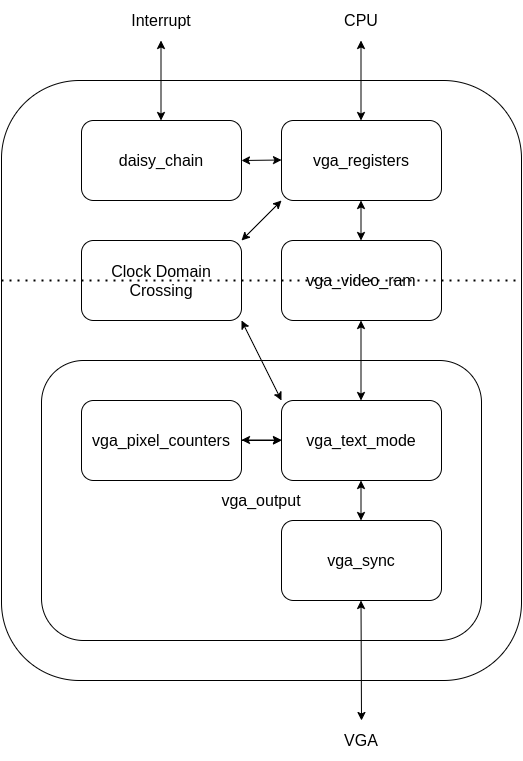
The draw.io diagram doc/VGA_Design.png in sy2002/QNICE-FPGA, before a commit. Source tidied: cells renumbered, new cells last; positions are measured from the earlier drawing's top-left corner, leaving out a move shared by most shapes.
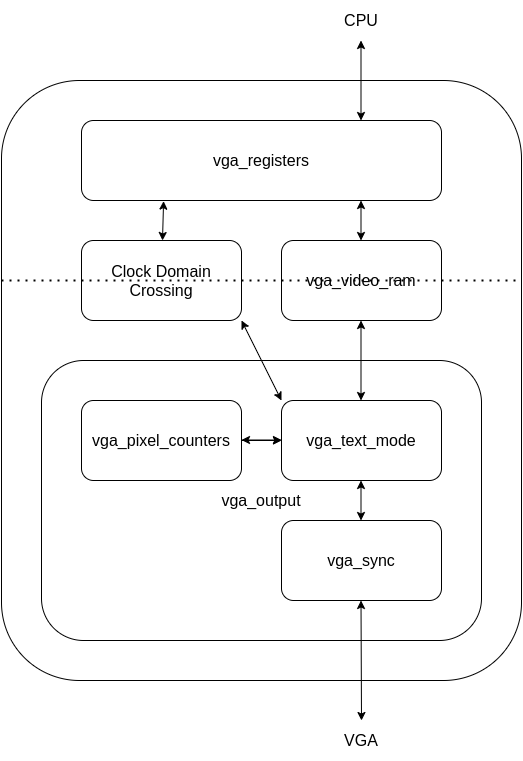
The same diagram one commit later.

Commit message:
Move daisy_chan into vga_register_map

Change to the diagram source:
```diff
@@ -27,11 +27,8 @@
       <mxGeometry x="280" y="240" width="160" height="80" as="geometry" />
     </mxCell>
     <mxCell id="10" value="&lt;font style=&quot;font-size: 16px&quot;&gt;vga_registers&lt;/font&gt;" style="rounded=1;whiteSpace=wrap;html=1;fillColor=none;" parent="1" vertex="1">
-      <mxGeometry x="280" y="120" width="160" height="80" as="geometry" />
+      <mxGeometry x="80" y="120" width="360" height="80" as="geometry" />
     </mxCell>
-    <mxCell id="11" value="&lt;font style=&quot;font-size: 16px&quot;&gt;daisy_chain&lt;/font&gt;" style="rounded=1;whiteSpace=wrap;html=1;fillColor=none;" parent="1" vertex="1">
-      <mxGeometry x="80" y="120" width="160" height="80" as="geometry" />
-    </mxCell>
     <mxCell id="12" style="endArrow=classic;startArrow=classic;html=1;" parent="1" edge="1">
       <mxGeometry relative="1" as="geometry">
         <mxPoint x="359.5" y="120" as="sourcePoint" />
@@ -50,15 +47,9 @@
         <mxPoint x="359.5" y="320" as="targetPoint" />
       </mxGeometry>
     </mxCell>
-    <mxCell id="15" style="endArrow=classic;startArrow=classic;html=1;" parent="1" edge="1">
-      <mxGeometry relative="1" as="geometry">
-        <mxPoint x="280" y="159.5" as="sourcePoint" />
-        <mxPoint x="240" y="160" as="targetPoint" />
-      </mxGeometry>
-    </mxCell>
-    <mxCell id="16" style="endArrow=classic;startArrow=classic;html=1;entryX=1;entryY=0;entryDx=0;entryDy=0;" parent="1" edge="1" target="8">
+    <mxCell id="16" style="endArrow=classic;startArrow=classic;html=1;entryX=1;entryY=0;entryDx=0;entryDy=0;exitX=0.228;exitY=1.008;exitDx=0;exitDy=0;exitPerimeter=0;" parent="1" edge="1" source="10">
       <mxGeometry relative="1" as="geometry">
-        <mxPoint x="280" y="200" as="sourcePoint" />
+        <mxPoint x="161" y="240" as="targetPoint" />
       </mxGeometry>
     </mxCell>
     <mxCell id="17" style="endArrow=classic;startArrow=classic;html=1;exitX=1;exitY=1;exitDx=0;exitDy=0;" parent="1" edge="1" source="8">
@@ -96,14 +87,5 @@
     <mxCell id="23" value="&lt;font style=&quot;font-size: 16px&quot;&gt;VGA&lt;/font&gt;" style="text;html=1;strokeColor=none;fillColor=none;align=center;verticalAlign=middle;whiteSpace=wrap;rounded=0;" parent="1" vertex="1">
       <mxGeometry x="320" y="720" width="80" height="40" as="geometry" />
     </mxCell>
-    <mxCell id="24" style="endArrow=classic;startArrow=classic;html=1;" parent="1" edge="1">
-      <mxGeometry relative="1" as="geometry">
-        <mxPoint x="159.5" y="120" as="sourcePoint" />
-        <mxPoint x="159.5" y="40" as="targetPoint" />
-      </mxGeometry>
-    </mxCell>
-    <mxCell id="25" value="&lt;font style=&quot;font-size: 16px&quot;&gt;Interrupt&lt;/font&gt;" style="text;html=1;strokeColor=none;fillColor=none;align=center;verticalAlign=middle;whiteSpace=wrap;rounded=0;" parent="1" vertex="1">
-      <mxGeometry x="120" width="80" height="40" as="geometry" />
-    </mxCell>
   </root>
 </mxGraphModel>
```
